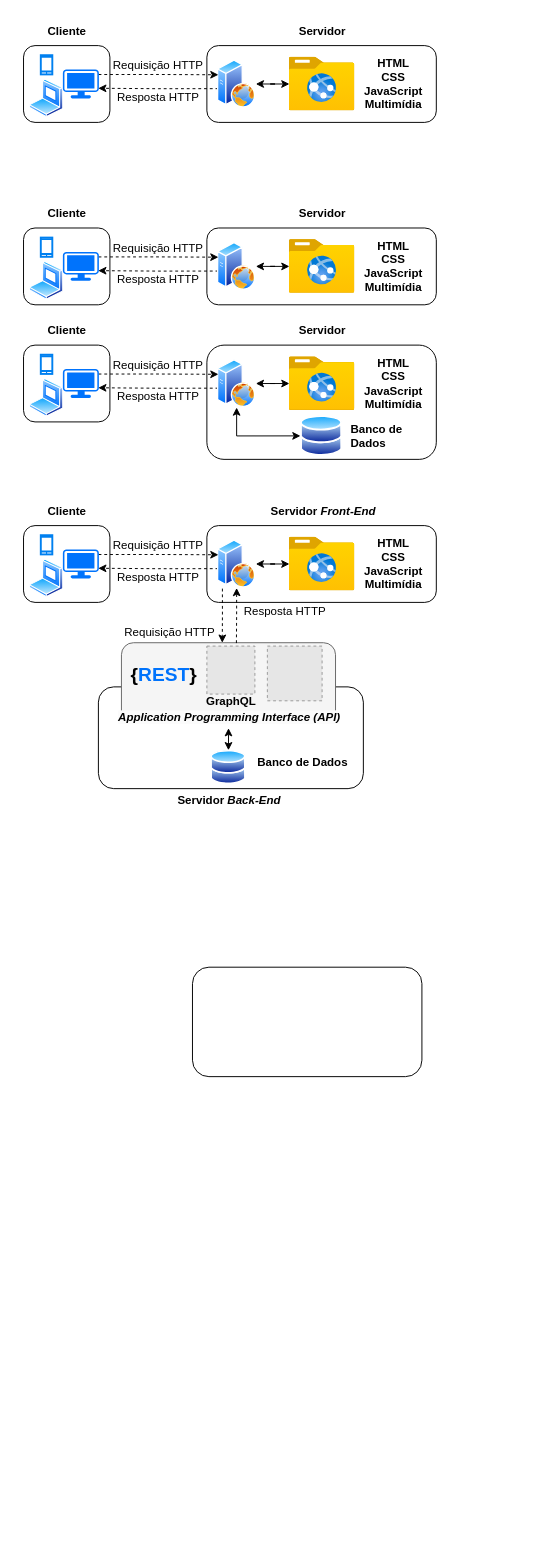
The draw.io diagram gran-aula1.drawio in daniel-souza/draw.ioimages, before the edit. Source tidied: cells renumbered, new cells numbered last; positions are measured from the earlier drawing's top-left corner, leaving out a move shared by most shapes. Both pictures are drawn from the tidied source at 96%, with x=0, y=0 at pixel (23, 16). Pictures stored in the file or linked from it are replaced by grey dashed boxes.
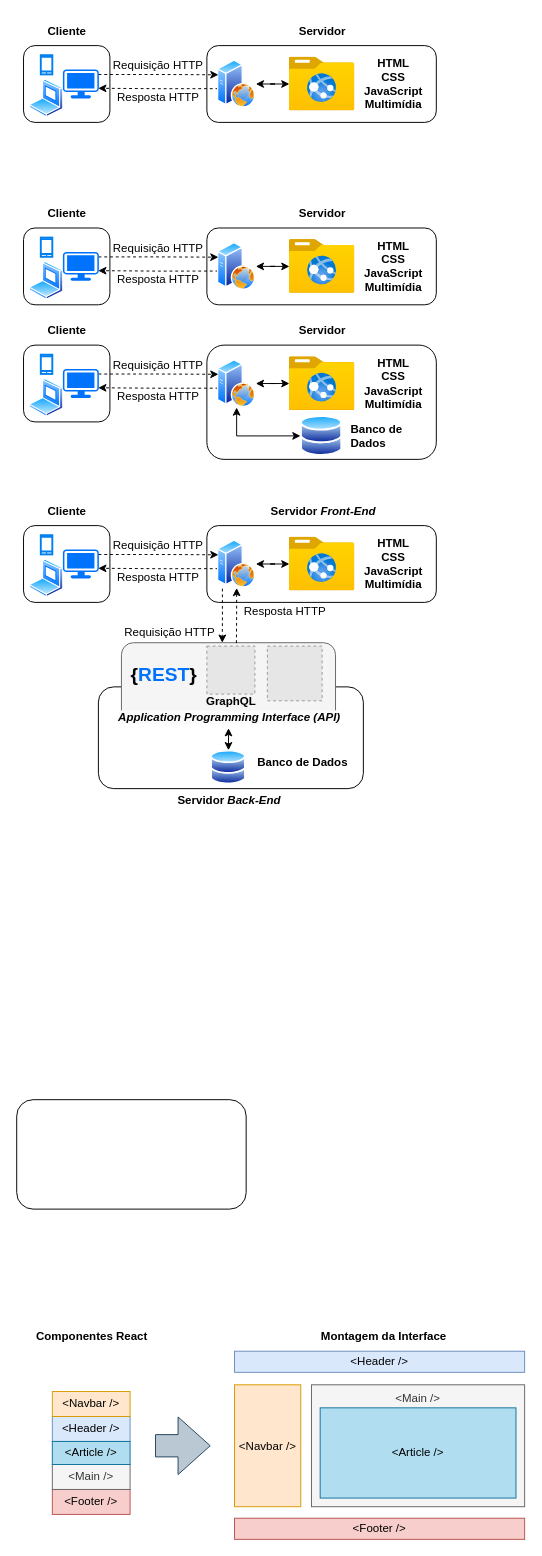
Above is the later version.

Diff of the diagram source:
```diff
@@
     <mxCell id="69" style="rounded=1;whiteSpace=wrap;html=1;fontStyle=0;" parent="1" vertex="1">
-      <mxGeometry x="176" y="990" width="239" height="114" as="geometry" />
+      <mxGeometry x="-7.1" y="1128" width="239" height="114" as="geometry" />
     </mxCell>
@@
+    <mxCell id="82" value="&amp;lt;Header /&amp;gt;" style="rounded=0;whiteSpace=wrap;html=1;fillColor=#dae8fc;strokeColor=#6c8ebf;" parent="1" vertex="1">
+      <mxGeometry x="219.8" y="1390" width="302.2" height="22" as="geometry" />
+    </mxCell>
+    <mxCell id="83" value="&amp;lt;Navbar /&amp;gt;" style="rounded=0;whiteSpace=wrap;html=1;fillColor=#ffe6cc;strokeColor=#d79b00;" parent="1" vertex="1">
+      <mxGeometry x="219.8" y="1425" width="69" height="127" as="geometry" />
+    </mxCell>
+    <mxCell id="84" value="&amp;lt;Footer /&amp;gt;" style="rounded=0;whiteSpace=wrap;html=1;fillColor=#f8cecc;strokeColor=#b85450;" parent="1" vertex="1">
+      <mxGeometry x="219.8" y="1564" width="302.2" height="22" as="geometry" />
+    </mxCell>
+    <mxCell id="85" value="&amp;lt;Main /&amp;gt;&lt;br&gt;&amp;nbsp;&lt;br&gt;&lt;br&gt;&lt;br&gt;&lt;br&gt;&amp;nbsp;&lt;br&gt;&lt;br&gt;&lt;br&gt;" style="rounded=0;whiteSpace=wrap;html=1;fillColor=#f5f5f5;fontColor=#333333;strokeColor=#666666;" parent="1" vertex="1">
+      <mxGeometry x="300" y="1425" width="222" height="127" as="geometry" />
+    </mxCell>
+    <mxCell id="86" value="&amp;lt;Article /&amp;gt;" style="rounded=0;whiteSpace=wrap;html=1;fillColor=#b1ddf0;strokeColor=#10739e;" parent="1" vertex="1">
+      <mxGeometry x="309" y="1449" width="204" height="94" as="geometry" />
+    </mxCell>
+    <mxCell id="87" value="&amp;lt;Header /&amp;gt;" style="rounded=0;whiteSpace=wrap;html=1;fillColor=#dae8fc;strokeColor=#6c8ebf;" parent="1" vertex="1">
+      <mxGeometry x="30" y="1458" width="81" height="26" as="geometry" />
+    </mxCell>
+    <mxCell id="88" value="&amp;lt;Navbar /&amp;gt;" style="rounded=0;whiteSpace=wrap;html=1;fillColor=#ffe6cc;strokeColor=#d79b00;" parent="1" vertex="1">
+      <mxGeometry x="30" y="1432" width="81" height="26" as="geometry" />
+    </mxCell>
+    <mxCell id="89" value="&amp;lt;Footer /&amp;gt;" style="rounded=0;whiteSpace=wrap;html=1;fillColor=#f8cecc;strokeColor=#b85450;" parent="1" vertex="1">
+      <mxGeometry x="30" y="1534" width="81" height="26" as="geometry" />
+    </mxCell>
+    <mxCell id="90" value="&amp;lt;Main /&amp;gt;" style="rounded=0;whiteSpace=wrap;html=1;fillColor=#f5f5f5;fontColor=#333333;strokeColor=#666666;" parent="1" vertex="1">
+      <mxGeometry x="30" y="1508" width="81" height="26" as="geometry" />
+    </mxCell>
+    <mxCell id="91" value="&amp;lt;Article /&amp;gt;" style="rounded=0;whiteSpace=wrap;html=1;fillColor=#b1ddf0;strokeColor=#10739e;" parent="1" vertex="1">
+      <mxGeometry x="30" y="1484" width="81" height="24" as="geometry" />
+    </mxCell>
+    <mxCell id="92" value="Componentes React" style="text;html=1;align=center;verticalAlign=middle;strokeColor=none;fillColor=none;fontStyle=1;" parent="1" vertex="1">
+      <mxGeometry x="0.5" y="1360" width="140" height="30" as="geometry" />
+    </mxCell>
+    <mxCell id="93" style="shape=singleArrow;whiteSpace=wrap;html=1;arrowWidth=0.3866691080729121;arrowSize=0.5880696614583315;fillColor=#bac8d3;strokeColor=#23445d;" parent="1" vertex="1">
+      <mxGeometry x="137.5" y="1458.5" width="57" height="60" as="geometry" />
+    </mxCell>
+    <mxCell id="94" value="Montagem da Interface" style="text;html=1;align=center;verticalAlign=middle;strokeColor=none;fillColor=none;fontStyle=1;" parent="1" vertex="1">
+      <mxGeometry x="300" y="1360" width="150" height="30" as="geometry" />
+    </mxCell>
```
